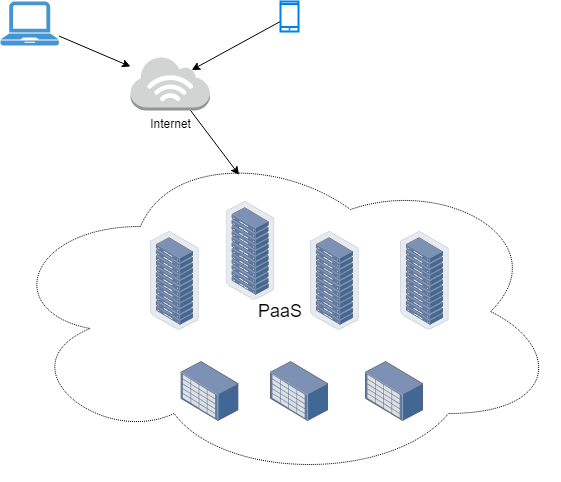
Above: docs/img/SkillBox_dip_vw_infra.png in aibolnu/dip_skillbox_2024 (draw.io), before the change. Source tidied: cells renumbered, new cells last; positions are measured from the earlier drawing's top-left corner, leaving out a move shared by most shapes. Its diagram source:
```xml
<mxGraphModel>
  <root>
    <mxCell id="0" />
    <mxCell id="1" parent="0" />
    <mxCell id="2" style="rounded=0;jettySize=auto;html=1;elbow=vertical;entryX=0.77;entryY=0.25;entryDx=0;entryDy=0;entryPerimeter=0;" parent="1" edge="1" source="3" target="4">
      <mxGeometry relative="1" as="geometry" />
    </mxCell>
    <mxCell id="3" style="html=1;verticalLabelPosition=bottom;align=center;labelBackgroundColor=#ffffff;verticalAlign=top;strokeWidth=2;strokeColor=#0080F0;shadow=0;dashed=0;shape=mxgraph.ios7.icons.smartphone;" parent="1" vertex="1">
      <mxGeometry x="280" width="18" height="30" as="geometry" />
    </mxCell>
    <mxCell id="4" value="Internet" style="outlineConnect=0;dashed=0;verticalLabelPosition=bottom;verticalAlign=top;align=center;html=1;shape=mxgraph.aws3.internet_3;fillColor=#D2D3D3;gradientColor=none;" parent="1" vertex="1">
      <mxGeometry x="130" y="55" width="79.5" height="54" as="geometry" />
    </mxCell>
    <mxCell id="5" style="rounded=0;jettySize=auto;html=1;entryX=0.426;entryY=0.098;entryDx=0;entryDy=0;entryPerimeter=0;" parent="1" edge="1" source="4" target="8">
      <mxGeometry relative="1" as="geometry" />
    </mxCell>
    <mxCell id="6" style="rounded=0;jettySize=auto;html=1;" parent="1" edge="1" source="16" target="4">
      <mxGeometry relative="1" as="geometry" />
    </mxCell>
    <mxCell id="7" style="group;verticalAlign=top;" parent="1" vertex="1">
      <mxGeometry y="140" width="560" height="340" as="geometry" />
    </mxCell>
    <mxCell id="8" value="PaaS" style="ellipse;shape=cloud;whiteSpace=wrap;html=1;fillColor=none;dashed=1;dashPattern=1 1;verticalAlign=middle;labelPosition=center;verticalLabelPosition=middle;align=center;fontSize=18;fontStyle=0;" parent="7" vertex="1">
      <mxGeometry width="560" height="340" as="geometry" />
    </mxCell>
    <mxCell id="9" style="image;html=1;align=center;shadow=0;dashed=0;image=img/lib/allied_telesis/storage/Datacenter_Server_Rack.svg;" parent="7" vertex="1">
      <mxGeometry x="150" y="90" width="48.7" height="98.8" as="geometry" />
    </mxCell>
    <mxCell id="10" style="image;html=1;align=center;shadow=0;dashed=0;image=img/lib/allied_telesis/storage/Datacenter_Server_Storage_Unit_Large.svg;" parent="7" vertex="1">
      <mxGeometry x="180.4" y="220" width="58.2" height="60" as="geometry" />
    </mxCell>
    <mxCell id="11" style="image;html=1;align=center;shadow=0;dashed=0;image=img/lib/allied_telesis/storage/Datacenter_Server_Storage_Unit_Large.svg;" parent="7" vertex="1">
      <mxGeometry x="365" y="220" width="58.2" height="60" as="geometry" />
    </mxCell>
    <mxCell id="12" style="image;html=1;align=center;shadow=0;dashed=0;image=img/lib/allied_telesis/storage/Datacenter_Server_Storage_Unit_Large.svg;" parent="7" vertex="1">
      <mxGeometry x="270" y="220" width="58.2" height="60" as="geometry" />
    </mxCell>
    <mxCell id="13" style="image;html=1;align=center;shadow=0;dashed=0;image=img/lib/allied_telesis/storage/Datacenter_Server_Rack.svg;" parent="7" vertex="1">
      <mxGeometry x="400" y="90" width="48.7" height="98.8" as="geometry" />
    </mxCell>
    <mxCell id="14" style="image;html=1;align=center;shadow=0;dashed=0;image=img/lib/allied_telesis/storage/Datacenter_Server_Rack.svg;" parent="7" vertex="1">
      <mxGeometry x="225.6" y="60" width="48.7" height="98.8" as="geometry" />
    </mxCell>
    <mxCell id="15" style="image;html=1;align=center;shadow=0;dashed=0;image=img/lib/allied_telesis/storage/Datacenter_Server_Rack.svg;" parent="7" vertex="1">
      <mxGeometry x="310" y="90" width="48.7" height="98.8" as="geometry" />
    </mxCell>
    <mxCell id="16" style="shadow=0;dashed=0;html=1;strokeColor=none;fillColor=#4495D1;labelPosition=center;verticalLabelPosition=bottom;verticalAlign=top;align=center;outlineConnect=0;shape=mxgraph.veeam.laptop;" parent="1" vertex="1">
      <mxGeometry width="58.4" height="44" as="geometry" />
    </mxCell>
  </root>
</mxGraphModel>
```
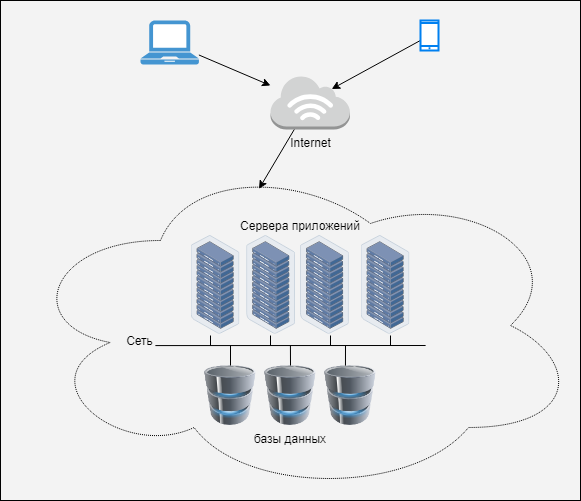
After the commit.

Diff of the diagram source:
```diff
@@ -2,6 +2,9 @@
   <root>
     <mxCell id="0" />
     <mxCell id="1" parent="0" />
+    <mxCell id="17" style="rounded=0;whiteSpace=wrap;html=1;fillColor=#F3F3F3;" parent="1" vertex="1">
+      <mxGeometry x="-140" y="-20" width="580" height="500" as="geometry" />
+    </mxCell>
     <mxCell id="2" style="rounded=0;jettySize=auto;html=1;elbow=vertical;entryX=0.77;entryY=0.25;entryDx=0;entryDy=0;entryPerimeter=0;" parent="1" edge="1" source="3" target="4">
       <mxGeometry relative="1" as="geometry" />
     </mxCell>
@@ -18,32 +21,86 @@
       <mxGeometry relative="1" as="geometry" />
     </mxCell>
     <mxCell id="7" style="group;verticalAlign=top;" parent="1" vertex="1">
-      <mxGeometry y="140" width="560" height="340" as="geometry" />
+      <mxGeometry x="-120" y="135" width="560" height="340" as="geometry" />
     </mxCell>
-    <mxCell id="8" value="PaaS" style="ellipse;shape=cloud;whiteSpace=wrap;html=1;fillColor=none;dashed=1;dashPattern=1 1;verticalAlign=middle;labelPosition=center;verticalLabelPosition=middle;align=center;fontSize=18;fontStyle=0;" parent="7" vertex="1">
+    <mxCell id="8" style="ellipse;shape=cloud;whiteSpace=wrap;html=1;fillColor=none;dashed=1;dashPattern=1 1;verticalAlign=middle;labelPosition=center;verticalLabelPosition=middle;align=center;fontSize=18;fontStyle=0;" parent="7" vertex="1">
       <mxGeometry width="560" height="340" as="geometry" />
     </mxCell>
+    <mxCell id="18" value="Сервера приложений" style="group;verticalAlign=bottom;labelPosition=center;verticalLabelPosition=top;align=center;" parent="7" vertex="1">
+      <mxGeometry x="170.6" y="80" width="218.7" height="98.8" as="geometry" />
+    </mxCell>
-    <mxCell id="9" style="image;html=1;align=center;shadow=0;dashed=0;image=img/lib/allied_telesis/storage/Datacenter_Server_Rack.svg;" parent="7" vertex="1">
-      <mxGeometry x="150" y="90" width="48.7" height="98.8" as="geometry" />
+    <mxCell id="9" style="image;html=1;align=center;shadow=0;dashed=0;image=img/lib/allied_telesis/storage/Datacenter_Server_Rack.svg;" parent="18" vertex="1">
+      <mxGeometry width="48.7" height="98.8" as="geometry" />
     </mxCell>
-    <mxCell id="10" style="image;html=1;align=center;shadow=0;dashed=0;image=img/lib/allied_telesis/storage/Datacenter_Server_Storage_Unit_Large.svg;" parent="7" vertex="1">
-      <mxGeometry x="180.4" y="220" width="58.2" height="60" as="geometry" />
-    </mxCell>
-    <mxCell id="11" style="image;html=1;align=center;shadow=0;dashed=0;image=img/lib/allied_telesis/storage/Datacenter_Server_Storage_Unit_Large.svg;" parent="7" vertex="1">
-      <mxGeometry x="365" y="220" width="58.2" height="60" as="geometry" />
-    </mxCell>
-    <mxCell id="12" style="image;html=1;align=center;shadow=0;dashed=0;image=img/lib/allied_telesis/storage/Datacenter_Server_Storage_Unit_Large.svg;" parent="7" vertex="1">
-      <mxGeometry x="270" y="220" width="58.2" height="60" as="geometry" />
-    </mxCell>
-    <mxCell id="13" style="image;html=1;align=center;shadow=0;dashed=0;image=img/lib/allied_telesis/storage/Datacenter_Server_Rack.svg;" parent="7" vertex="1">
-      <mxGeometry x="400" y="90" width="48.7" height="98.8" as="geometry" />
+    <mxCell id="13" style="image;html=1;align=center;shadow=0;dashed=0;image=img/lib/allied_telesis/storage/Datacenter_Server_Rack.svg;" parent="18" vertex="1">
+      <mxGeometry x="170" width="48.7" height="98.8" as="geometry" />
     </mxCell>
-    <mxCell id="14" style="image;html=1;align=center;shadow=0;dashed=0;image=img/lib/allied_telesis/storage/Datacenter_Server_Rack.svg;" parent="7" vertex="1">
-      <mxGeometry x="225.6" y="60" width="48.7" height="98.8" as="geometry" />
+    <mxCell id="14" style="image;html=1;align=center;shadow=0;dashed=0;image=img/lib/allied_telesis/storage/Datacenter_Server_Rack.svg;" parent="18" vertex="1">
+      <mxGeometry x="55.6" width="48.7" height="98.8" as="geometry" />
     </mxCell>
-    <mxCell id="15" style="image;html=1;align=center;shadow=0;dashed=0;image=img/lib/allied_telesis/storage/Datacenter_Server_Rack.svg;" parent="7" vertex="1">
-      <mxGeometry x="310" y="90" width="48.7" height="98.8" as="geometry" />
+    <mxCell id="15" style="image;html=1;align=center;shadow=0;dashed=0;image=img/lib/allied_telesis/storage/Datacenter_Server_Rack.svg;" parent="18" vertex="1">
+      <mxGeometry x="109.4" width="48.7" height="98.8" as="geometry" />
     </mxCell>
+    <mxCell id="19" value="базы данных" style="group;labelPosition=center;verticalLabelPosition=bottom;align=center;verticalAlign=top;" parent="7" vertex="1">
+      <mxGeometry x="180" y="210" width="180" height="60" as="geometry" />
+    </mxCell>
+    <mxCell id="20" style="image;html=1;image=img/lib/clip_art/computers/Database_128x128.png;" parent="19" vertex="1">
+      <mxGeometry width="60" height="60" as="geometry" />
+    </mxCell>
+    <mxCell id="21" style="image;html=1;image=img/lib/clip_art/computers/Database_128x128.png;" parent="19" vertex="1">
+      <mxGeometry x="60" width="60" height="60" as="geometry" />
+    </mxCell>
+    <mxCell id="22" style="image;html=1;image=img/lib/clip_art/computers/Database_128x128.png;" parent="19" vertex="1">
+      <mxGeometry x="120" width="60" height="60" as="geometry" />
+    </mxCell>
+    <mxCell id="23" value="Сеть" style="group;labelPosition=left;verticalLabelPosition=middle;align=right;verticalAlign=middle;" parent="7" vertex="1">
+      <mxGeometry x="134.9" y="180" width="270.2" height="10.1" as="geometry" />
+    </mxCell>
+    <mxCell id="24" style="endArrow=none;html=1;rounded=0;entryX=0.679;entryY=0.588;entryDx=0;entryDy=0;entryPerimeter=0;" parent="23" edge="1">
+      <mxGeometry relative="1" as="geometry">
+        <mxPoint y="10.1" as="sourcePoint" />
+        <mxPoint x="270.2" y="10" as="targetPoint" />
+      </mxGeometry>
+    </mxCell>
+    <mxCell id="25" style="endArrow=none;html=1;rounded=0;" parent="23" edge="1">
+      <mxGeometry relative="1" as="geometry">
+        <mxPoint x="55.1" y="10" as="sourcePoint" />
+        <mxPoint x="55.1" as="targetPoint" />
+      </mxGeometry>
+    </mxCell>
+    <mxCell id="26" style="endArrow=none;html=1;rounded=0;" parent="23" edge="1">
+      <mxGeometry relative="1" as="geometry">
+        <mxPoint x="115.1" y="10" as="sourcePoint" />
+        <mxPoint x="115.1" as="targetPoint" />
+      </mxGeometry>
+    </mxCell>
+    <mxCell id="27" style="endArrow=none;html=1;rounded=0;" parent="23" edge="1">
+      <mxGeometry relative="1" as="geometry">
+        <mxPoint x="175.1" y="10" as="sourcePoint" />
+        <mxPoint x="175.1" as="targetPoint" />
+      </mxGeometry>
+    </mxCell>
+    <mxCell id="28" style="endArrow=none;html=1;rounded=0;exitX=0.5;exitY=0;exitDx=0;exitDy=0;" parent="23" edge="1" source="20">
+      <mxGeometry relative="1" as="geometry">
+        <mxPoint x="75.1" y="10" as="targetPoint" />
+      </mxGeometry>
+    </mxCell>
+    <mxCell id="29" style="endArrow=none;html=1;rounded=0;exitX=0.5;exitY=0;exitDx=0;exitDy=0;" parent="23" edge="1" source="21">
+      <mxGeometry relative="1" as="geometry">
+        <mxPoint x="135.1" y="10" as="targetPoint" />
+      </mxGeometry>
+    </mxCell>
+    <mxCell id="30" style="endArrow=none;html=1;rounded=0;exitX=0.416;exitY=0.002;exitDx=0;exitDy=0;exitPerimeter=0;" parent="23" edge="1" source="22">
+      <mxGeometry relative="1" as="geometry">
+        <mxPoint x="190.1" y="10" as="targetPoint" />
+      </mxGeometry>
+    </mxCell>
+    <mxCell id="31" style="endArrow=none;html=1;rounded=0;" parent="23" edge="1">
+      <mxGeometry relative="1" as="geometry">
+        <mxPoint x="235.1" y="10" as="sourcePoint" />
+        <mxPoint x="235.1" as="targetPoint" />
+      </mxGeometry>
+    </mxCell>
     <mxCell id="16" style="shadow=0;dashed=0;html=1;strokeColor=none;fillColor=#4495D1;labelPosition=center;verticalLabelPosition=bottom;verticalAlign=top;align=center;outlineConnect=0;shape=mxgraph.veeam.laptop;" parent="1" vertex="1">
       <mxGeometry width="58.4" height="44" as="geometry" />
     </mxCell>
```
